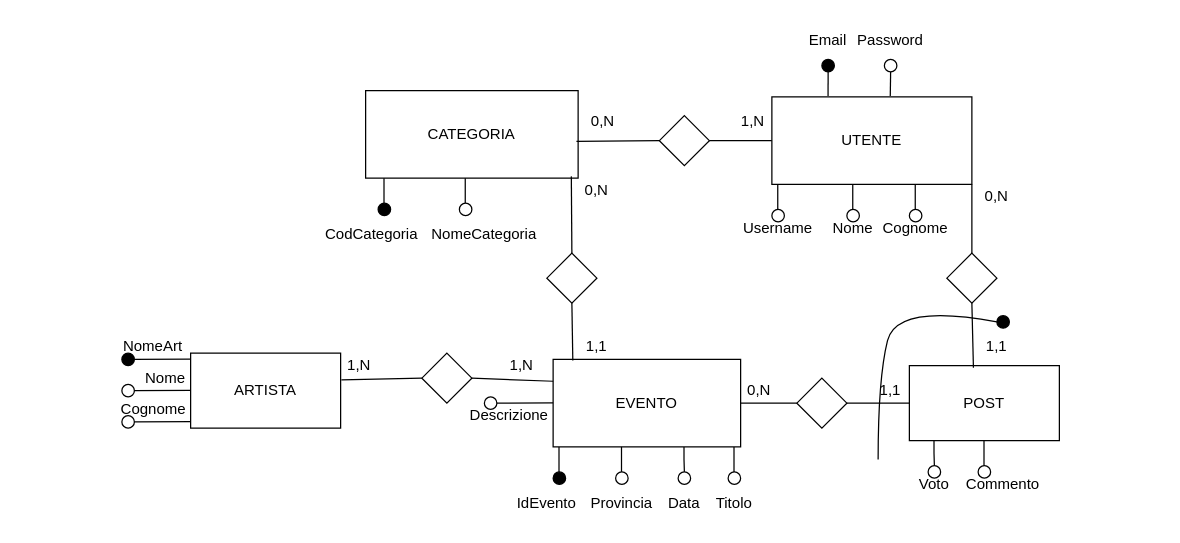
This is UDA_Pianificazione/er.drawio from sac11221/mercuriouda, a draw.io file, before an edit. Source tidied: cells renumbered, new cells numbered last; positions are measured from the earlier drawing's top-left corner, leaving out a move shared by most shapes. Both pictures are drawn from the tidied source at 125%, with x=0, y=0 at pixel (102, 21).
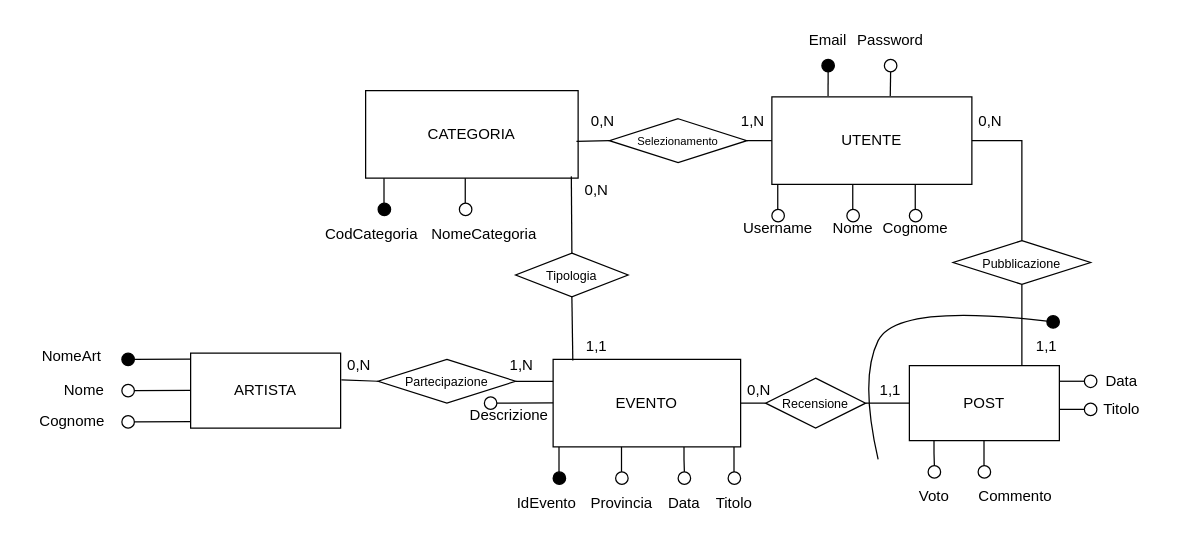
Above is the later version.

The change refers to these unchanged cells:
```xml
<mxCell id="19" value="UTENTE" style="rounded=0;whiteSpace=wrap;html=1;" parent="1" vertex="1">
  <mxGeometry x="535" y="60" width="160" height="70" as="geometry" />
</mxCell>
<mxCell id="41" value="POST" style="rounded=0;whiteSpace=wrap;html=1;" parent="1" vertex="1">
  <mxGeometry x="645" y="275" width="120" height="60" as="geometry" />
</mxCell>
```

Diff of the diagram source:
```diff
@@
     <mxCell id="42" value="Voto" style="text;html=1;align=center;verticalAlign=middle;whiteSpace=wrap;rounded=0;" parent="1" vertex="1">
-      <mxGeometry x="635" y="355" width="60" height="30" as="geometry" />
+      <mxGeometry x="635" y="365" width="60" height="30" as="geometry" />
     </mxCell>
-    <mxCell id="43" value="Commento" style="text;html=1;align=center;verticalAlign=middle;whiteSpace=wrap;rounded=0;" parent="1" vertex="1">
-      <mxGeometry x="690" y="355" width="60" height="30" as="geometry" />
+    <mxCell id="43" value="Data" style="text;html=1;align=center;verticalAlign=middle;whiteSpace=wrap;rounded=0;" parent="1" vertex="1">
+      <mxGeometry x="785" y="272.5" width="60" height="30" as="geometry" />
     </mxCell>
@@
     <mxCell id="49" value="Nome" style="text;html=1;align=center;verticalAlign=middle;whiteSpace=wrap;rounded=0;" parent="1" vertex="1">
-      <mxGeometry x="20" y="270" width="60" height="30" as="geometry" />
+      <mxGeometry x="-45" y="280" width="60" height="30" as="geometry" />
     </mxCell>
     <mxCell id="50" value="Cognome" style="text;html=1;align=center;verticalAlign=middle;strokeColor=none;fillColor=none;" parent="1" vertex="1">
-      <mxGeometry y="295" width="80" height="30" as="geometry" />
+      <mxGeometry x="-65" y="305" width="80" height="30" as="geometry" />
     </mxCell>
     <mxCell id="51" value="NomeArt" style="text;html=1;align=center;verticalAlign=middle;whiteSpace=wrap;rounded=0;" parent="1" vertex="1">
-      <mxGeometry x="10" y="245" width="60" height="30" as="geometry" />
+      <mxGeometry x="-55" y="252.5" width="60" height="30" as="geometry" />
     </mxCell>
@@
-    <mxCell id="58" style="rhombus;whiteSpace=wrap;html=1;" parent="1" vertex="1">
-      <mxGeometry x="255" y="265" width="40" height="40" as="geometry" />
+    <mxCell id="58" value="Partecipazione" style="rhombus;whiteSpace=wrap;html=1;fontSize=10;" parent="1" vertex="1">
+      <mxGeometry x="220" y="270" width="110" height="35" as="geometry" />
     </mxCell>
@@
-    <mxCell id="61" value="1,N" style="text;html=1;align=center;verticalAlign=middle;whiteSpace=wrap;rounded=0;" parent="1" vertex="1">
+    <mxCell id="61" value="0,N" style="text;html=1;align=center;verticalAlign=middle;whiteSpace=wrap;rounded=0;" parent="1" vertex="1">
       <mxGeometry x="175" y="260" width="60" height="30" as="geometry" />
     </mxCell>
@@
-    <mxCell id="63" style="rhombus;whiteSpace=wrap;html=1;" parent="1" vertex="1">
-      <mxGeometry x="355" y="185" width="40" height="40" as="geometry" />
+    <mxCell id="63" value="Tipologia" style="rhombus;whiteSpace=wrap;html=1;fontSize=10;" parent="1" vertex="1">
+      <mxGeometry x="330" y="185" width="90" height="35" as="geometry" />
     </mxCell>
@@
-    <mxCell id="68" style="rhombus;whiteSpace=wrap;html=1;" parent="1" vertex="1">
-      <mxGeometry x="445" y="75" width="40" height="40" as="geometry" />
+    <mxCell id="68" value="&lt;font style=&quot;font-size: 9px;&quot;&gt;Selezionamento&lt;/font&gt;" style="rhombus;whiteSpace=wrap;html=1;" parent="1" vertex="1">
+      <mxGeometry x="405" y="77.5" width="110" height="35" as="geometry" />
     </mxCell>
@@
-    <mxCell id="73" style="endArrow=none;html=1;rounded=0;entryX=1;entryY=1;entryDx=0;entryDy=0;exitX=0.5;exitY=0;exitDx=0;exitDy=0;" parent="1" edge="1" source="74" target="19">
-      <mxGeometry relative="1" as="geometry" />
+    <mxCell id="73" style="endArrow=none;html=1;rounded=0;entryX=1;entryY=0.5;entryDx=0;entryDy=0;exitX=0.5;exitY=0;exitDx=0;exitDy=0;" parent="1" edge="1" source="74" target="19">
+      <mxGeometry relative="1" as="geometry">
+        <Array as="points">
+          <mxPoint x="735" y="135" />
+          <mxPoint x="735" y="95" />
+        </Array>
+      </mxGeometry>
     </mxCell>
-    <mxCell id="74" style="rhombus;whiteSpace=wrap;html=1;" parent="1" vertex="1">
-      <mxGeometry x="675" y="185" width="40" height="40" as="geometry" />
+    <mxCell id="74" value="Pubblicazione" style="rhombus;whiteSpace=wrap;html=1;fontSize=10;" parent="1" vertex="1">
+      <mxGeometry x="680" y="175" width="110" height="35" as="geometry" />
     </mxCell>
-    <mxCell id="75" style="endArrow=none;html=1;rounded=0;entryX=0.5;entryY=1;entryDx=0;entryDy=0;exitX=0.427;exitY=0.029;exitDx=0;exitDy=0;exitPerimeter=0;" parent="1" edge="1" source="41" target="74">
+    <mxCell id="75" style="endArrow=none;html=1;rounded=0;entryX=0.5;entryY=1;entryDx=0;entryDy=0;exitX=0.75;exitY=0;exitDx=0;exitDy=0;" parent="1" edge="1" source="41" target="74">
       <mxGeometry relative="1" as="geometry" />
     </mxCell>
     <mxCell id="76" value="0,N" style="text;html=1;align=center;verticalAlign=middle;whiteSpace=wrap;rounded=0;" parent="1" vertex="1">
-      <mxGeometry x="685" y="125" width="60" height="30" as="geometry" />
+      <mxGeometry x="680" y="65" width="60" height="30" as="geometry" />
     </mxCell>
     <mxCell id="77" value="1,1" style="text;html=1;align=center;verticalAlign=middle;whiteSpace=wrap;rounded=0;" parent="1" vertex="1">
-      <mxGeometry x="685" y="245" width="60" height="30" as="geometry" />
+      <mxGeometry x="725" y="245" width="60" height="30" as="geometry" />
     </mxCell>
-    <mxCell id="78" style="rhombus;whiteSpace=wrap;html=1;" parent="1" vertex="1">
-      <mxGeometry x="555" y="285" width="40" height="40" as="geometry" />
+    <mxCell id="78" value="Recensione" style="rhombus;whiteSpace=wrap;html=1;fontSize=10;" parent="1" vertex="1">
+      <mxGeometry x="530" y="285" width="80" height="40" as="geometry" />
     </mxCell>
@@
-    <mxCell id="83" style="endArrow=none;html=1;rounded=0;curved=1;" parent="1" edge="1">
+    <mxCell id="83" style="endArrow=none;html=1;rounded=0;curved=1;" parent="1" edge="1" source="84">
       <mxGeometry relative="1" as="geometry">
-        <mxPoint x="715" y="240" as="sourcePoint" />
         <mxPoint x="620" y="350" as="targetPoint" />
         <Array as="points">
           <mxPoint x="635" y="225" />
-          <mxPoint x="620" y="285" />
+          <mxPoint x="605" y="285" />
         </Array>
       </mxGeometry>
     </mxCell>
     <mxCell id="84" style="ellipse;whiteSpace=wrap;html=1;gradientColor=none;fillColor=#000000;" parent="1" vertex="1">
-      <mxGeometry x="715" y="235" width="10" height="10" as="geometry" />
+      <mxGeometry x="755" y="235" width="10" height="10" as="geometry" />
     </mxCell>
+    <mxCell id="85" style="ellipse;whiteSpace=wrap;html=1;" parent="1" vertex="1">
+      <mxGeometry x="785" y="282.5" width="10" height="10" as="geometry" />
+    </mxCell>
+    <mxCell id="86" style="edgeStyle=orthogonalEdgeStyle;rounded=0;jettySize=auto;html=1;exitX=0;exitY=0.5;exitDx=0;exitDy=0;entryX=1;entryY=0.224;entryDx=0;entryDy=0;entryPerimeter=0;endArrow=none;endFill=1;startFill=0;" parent="1" edge="1" source="85" target="41">
+      <mxGeometry relative="1" as="geometry" />
+    </mxCell>
+    <mxCell id="87" value="Commento" style="text;html=1;align=center;verticalAlign=middle;whiteSpace=wrap;rounded=0;" parent="1" vertex="1">
+      <mxGeometry x="700" y="365" width="60" height="30" as="geometry" />
+    </mxCell>
+    <mxCell id="88" style="ellipse;whiteSpace=wrap;html=1;" parent="1" vertex="1">
+      <mxGeometry x="785" y="305" width="10" height="10" as="geometry" />
+    </mxCell>
+    <mxCell id="89" style="edgeStyle=orthogonalEdgeStyle;rounded=0;jettySize=auto;html=1;exitX=0;exitY=0.5;exitDx=0;exitDy=0;entryX=1;entryY=0.583;entryDx=0;entryDy=0;entryPerimeter=0;endArrow=none;startFill=0;" parent="1" edge="1" source="88" target="41">
+      <mxGeometry relative="1" as="geometry" />
+    </mxCell>
+    <mxCell id="90" value="Titolo" style="text;html=1;align=center;verticalAlign=middle;whiteSpace=wrap;rounded=0;" parent="1" vertex="1">
+      <mxGeometry x="785" y="295" width="60" height="30" as="geometry" />
+    </mxCell>
```
